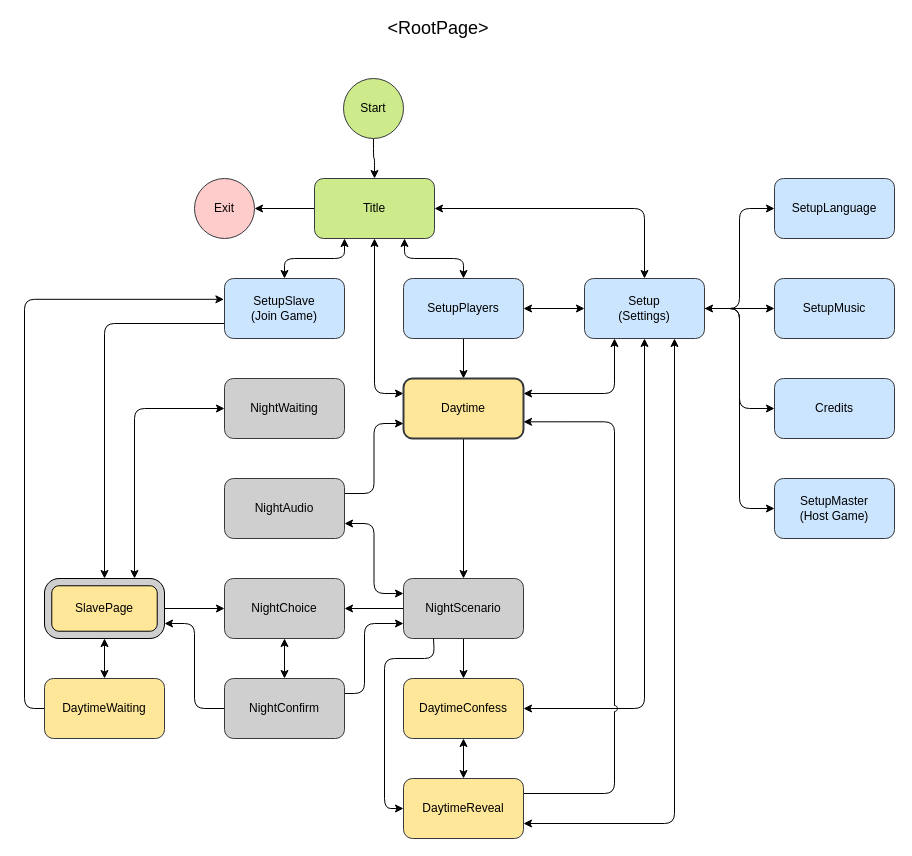
The draw.io diagram doc/Salem1692Moderator.drawio in ruittenb/salem-1692, before the edit. Source tidied: cells renumbered, new cells numbered last; positions are measured from the earlier drawing's top-left corner, leaving out a move shared by most shapes. Both pictures are drawn from the tidied source at 100%, with x=0, y=0 at pixel (44, 18).
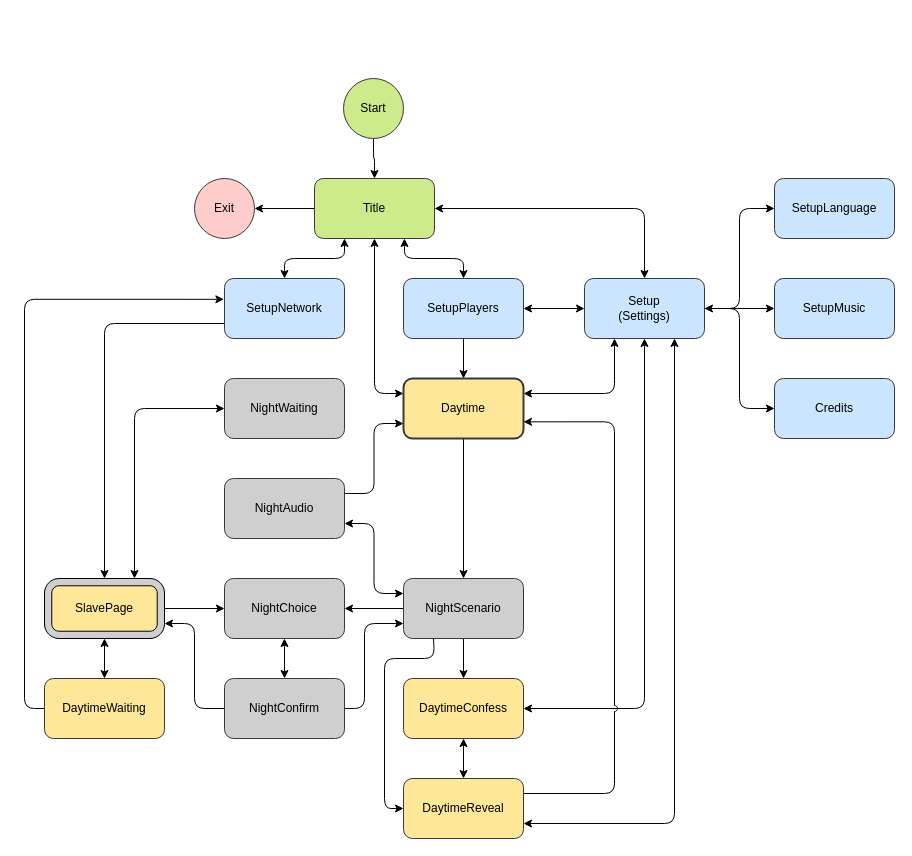
The same page after the edit.

Unchanged cells that the change refers to:
```xml
<mxCell id="13" value="Setup&lt;br&gt;(Settings)" style="whiteSpace=wrap;html=1;fillColor=#cce5ff;strokeColor=#36393d;rounded=1;" parent="1" vertex="1">
  <mxGeometry x="540" y="260" width="120" height="60" as="geometry" />
</mxCell>
<mxCell id="29" value="NightScenario" style="whiteSpace=wrap;html=1;strokeColor=#36393d;fillColor=#CFCFCF;perimeterSpacing=0;rounded=1;" parent="1" vertex="1">
  <mxGeometry x="359" y="560" width="120" height="60" as="geometry" />
</mxCell>
<mxCell id="47" value="NightConfirm" style="whiteSpace=wrap;html=1;strokeColor=#36393d;fillColor=#CFCFCF;rounded=1;" parent="1" vertex="1">
  <mxGeometry x="180" y="660" width="120" height="60" as="geometry" />
</mxCell>
```

Diff of the diagram source:
```diff
@@
-    <mxCell id="12" style="edgeStyle=orthogonalEdgeStyle;jettySize=auto;html=1;entryX=0;entryY=0.5;entryDx=0;entryDy=0;" parent="1" edge="1" source="13" target="22">
-      <mxGeometry relative="1" as="geometry" />
-    </mxCell>
@@
-    <mxCell id="22" value="SetupMaster&lt;br&gt;(Host Game)" style="whiteSpace=wrap;html=1;fillColor=#cce5ff;strokeColor=#36393d;rounded=1;" parent="1" vertex="1">
-      <mxGeometry x="730" y="460" width="120" height="60" as="geometry" />
-    </mxCell>
@@
-    <mxCell id="26" value="&amp;lt;RootPage&amp;gt;" style="text;html=1;strokeColor=none;fillColor=none;align=center;verticalAlign=middle;whiteSpace=wrap;fontSize=18;rounded=1;" parent="1" vertex="1">
-      <mxGeometry x="374" width="40" height="20" as="geometry" />
-    </mxCell>
@@
-    <mxCell id="44" value="SetupSlave&lt;br&gt;(Join Game)" style="whiteSpace=wrap;html=1;fillColor=#cce5ff;strokeColor=#36393d;rounded=1;" parent="1" vertex="1">
+    <mxCell id="44" value="SetupNetwork" style="whiteSpace=wrap;html=1;fillColor=#cce5ff;strokeColor=#36393d;rounded=1;" parent="1" vertex="1">
       <mxGeometry x="180" y="260" width="120" height="60" as="geometry" />
     </mxCell>
-    <mxCell id="45" style="edgeStyle=orthogonalEdgeStyle;comic=0;jumpStyle=arc;jettySize=auto;html=1;entryX=0;entryY=0.75;entryDx=0;entryDy=0;startArrow=none;startFill=0;startSize=6;exitX=1;exitY=0.25;exitDx=0;exitDy=0;" parent="1" edge="1" source="47" target="29">
+    <mxCell id="45" style="edgeStyle=orthogonalEdgeStyle;comic=0;jumpStyle=arc;jettySize=auto;html=1;entryX=0;entryY=0.75;entryDx=0;entryDy=0;startArrow=none;startFill=0;startSize=6;exitX=1;exitY=0.5;exitDx=0;exitDy=0;" parent="1" edge="1" source="47" target="29">
       <mxGeometry relative="1" as="geometry">
         <Array as="points">
-          <mxPoint x="320" y="675" />
+          <mxPoint x="320" y="690" />
           <mxPoint x="320" y="605" />
         </Array>
       </mxGeometry>
     </mxCell>
```
